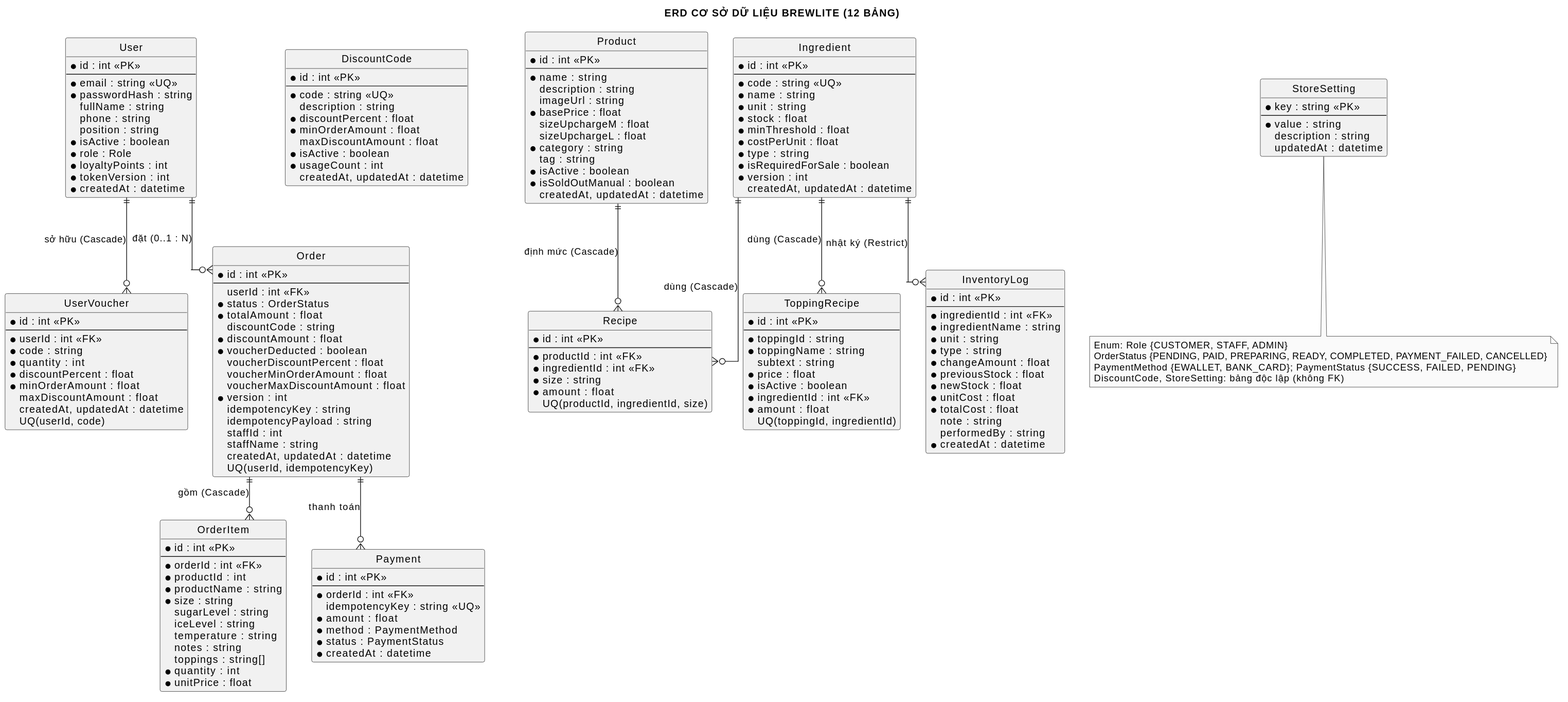
MaGiaVy/BrewLite_project keeps this PlantUML diagram as docs/diagrams/erd.svg. Above is the earlier version.
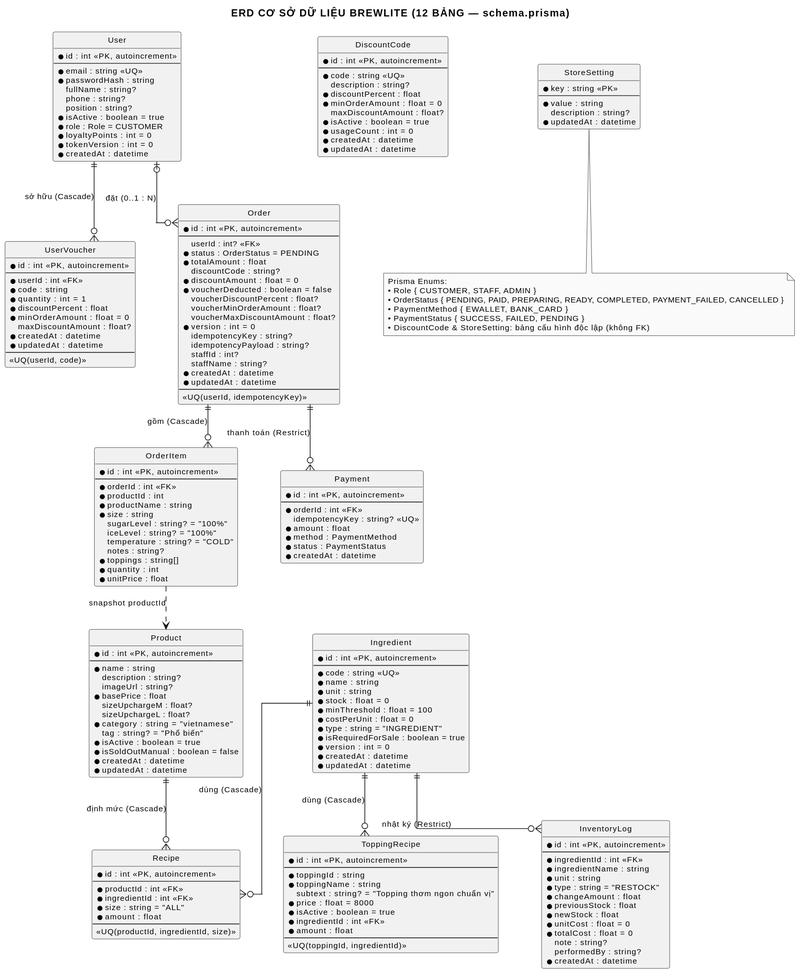
The same file after the commit.

The edit, as a diff of the source:
```diff
@@ -1,94 +1,104 @@
 @startuml
 skinparam monochrome true
 skinparam shadowing false
+skinparam backgroundColor #FFFFFF
 skinparam linetype ortho
-skinparam defaultFontName Arial
+skinparam defaultFontName "Arial"
+skinparam defaultFontSize 11
+skinparam nodesep 60
+skinparam ranksep 60
 hide circle
-title ERD CƠ SỞ DỮ LIỆU BREWLITE (12 BẢNG)
+
+title ERD CƠ SỞ DỮ LIỆU BREWLITE (12 BẢNG — schema.prisma)
 
 entity "User" as User {
-  * id : int <<PK>>
+  * id : int <<PK, autoincrement>>
   --
   * email : string <<UQ>>
   * passwordHash : string
-  fullName : string
-  phone : string
-  position : string
-  * isActive : boolean
-  * role : Role
-  * loyaltyPoints : int
-  * tokenVersion : int
+  fullName : string?
+  phone : string?
+  position : string?
+  * isActive : boolean = true
+  * role : Role = CUSTOMER
+  * loyaltyPoints : int = 0
+  * tokenVersion : int = 0
   * createdAt : datetime
 }
 
 entity "UserVoucher" as UserVoucher {
-  * id : int <<PK>>
+  * id : int <<PK, autoincrement>>
   --
   * userId : int <<FK>>
   * code : string
-  * quantity : int
+  * quantity : int = 1
   * discountPercent : float
-  * minOrderAmount : float
-  maxDiscountAmount : float
-  createdAt, updatedAt : datetime
-  UQ(userId, code)
+  * minOrderAmount : float = 0
+  maxDiscountAmount : float?
+  * createdAt : datetime
+  * updatedAt : datetime
+  --
+  <<UQ(userId, code)>>
 }
 
 entity "DiscountCode" as DiscountCode {
-  * id : int <<PK>>
+  * id : int <<PK, autoincrement>>
   --
   * code : string <<UQ>>
-  description : string
+  description : string?
   * discountPercent : float
-  * minOrderAmount : float
-  maxDiscountAmount : float
-  * isActive : boolean
-  * usageCount : int
-  createdAt, updatedAt : datetime
+  * minOrderAmount : float = 0
+  maxDiscountAmount : float?
+  * isActive : boolean = true
+  * usageCount : int = 0
+  * createdAt : datetime
+  * updatedAt : datetime
 }
 
 entity "Order" as Order {
-  * id : int <<PK>>
+  * id : int <<PK, autoincrement>>
   --
-  userId : int <<FK>>
-  * status : OrderStatus
+  userId : int? <<FK>>
+  * status : OrderStatus = PENDING
   * totalAmount : float
-  discountCode : string
-  * discountAmount : float
-  * voucherDeducted : boolean
-  voucherDiscountPercent : float
-  voucherMinOrderAmount : float
-  voucherMaxDiscountAmount : float
-  * version : int
-  idempotencyKey : string
-  idempotencyPayload : string
-  staffId : int
-  staffName : string
-  createdAt, updatedAt : datetime
-  UQ(userId, idempotencyKey)
+  discountCode : string?
+  * discountAmount : float = 0
+  * voucherDeducted : boolean = false
+  voucherDiscountPercent : float?
+  voucherMinOrderAmount : float?
+  voucherMaxDiscountAmount : float?
+  * version : int = 0
+  idempotencyKey : string?
+  idempotencyPayload : string?
+  staffId : int?
+  staffName : string?
+  * createdAt : datetime
+  * updatedAt : datetime
+  --
+  <<UQ(userId, idempotencyKey)>>
 }
 
 entity "OrderItem" as OrderItem {
-  * id : int <<PK>>
+  * id : int <<PK, autoincrement>>
   --
   * orderId : int <<FK>>
   * productId : int
   * productName : string
   * size : string
-  sugarLevel : string
-  iceLevel : string
-  temperature : string
-  notes : string
-  toppings : string[]
+  sugarLevel : string? = "100%"
+  iceLevel : string? = "100%"
+  temperature : string? = "COLD"
+  notes : string?
+  * toppings : string[]
   * quantity : int
   * unitPrice : float
 }
 
 entity "Payment" as Payment {
-  * id : int <<PK>>
+  * id : int <<PK, autoincrement>>
   --
   * orderId : int <<FK>>
-  idempotencyKey : string <<UQ>>
+  idempotencyKey : string? <<UQ>>
   * amount : float
   * method : PaymentMethod
   * status : PaymentStatus
@@ -96,73 +106,77 @@
 }
 
 entity "Product" as Product {
-  * id : int <<PK>>
+  * id : int <<PK, autoincrement>>
   --
   * name : string
-  description : string
-  imageUrl : string
+  description : string?
+  imageUrl : string?
   * basePrice : float
-  sizeUpchargeM : float
-  sizeUpchargeL : float
-  * category : string
-  tag : string
-  * isActive : boolean
-  * isSoldOutManual : boolean
-  createdAt, updatedAt : datetime
+  sizeUpchargeM : float?
+  sizeUpchargeL : float?
+  * category : string = "vietnamese"
+  tag : string? = "Phổ biến"
+  * isActive : boolean = true
+  * isSoldOutManual : boolean = false
+  * createdAt : datetime
+  * updatedAt : datetime
 }
 
 entity "Ingredient" as Ingredient {
-  * id : int <<PK>>
+  * id : int <<PK, autoincrement>>
   --
   * code : string <<UQ>>
   * name : string
   * unit : string
-  * stock : float
-  * minThreshold : float
-  * costPerUnit : float
-  * type : string
-  * isRequiredForSale : boolean
-  * version : int
-  createdAt, updatedAt : datetime
+  * stock : float = 0
+  * minThreshold : float = 100
+  * costPerUnit : float = 0
+  * type : string = "INGREDIENT"
+  * isRequiredForSale : boolean = true
+  * version : int = 0
+  * createdAt : datetime
+  * updatedAt : datetime
 }
 
 entity "Recipe" as Recipe {
-  * id : int <<PK>>
+  * id : int <<PK, autoincrement>>
   --
   * productId : int <<FK>>
   * ingredientId : int <<FK>>
-  * size : string
+  * size : string = "ALL"
   * amount : float
-  UQ(productId, ingredientId, size)
+  --
+  <<UQ(productId, ingredientId, size)>>
 }
 
 entity "ToppingRecipe" as ToppingRecipe {
-  * id : int <<PK>>
+  * id : int <<PK, autoincrement>>
   --
   * toppingId : string
   * toppingName : string
-  subtext : string
-  * price : float
-  * isActive : boolean
+  subtext : string? = "Topping thơm ngon chuẩn vị"
+  * price : float = 8000
+  * isActive : boolean = true
   * ingredientId : int <<FK>>
   * amount : float
-  UQ(toppingId, ingredientId)
+  --
+  <<UQ(toppingId, ingredientId)>>
 }
 
 entity "InventoryLog" as InventoryLog {
-  * id : int <<PK>>
+  * id : int <<PK, autoincrement>>
   --
   * ingredientId : int <<FK>>
   * ingredientName : string
   * unit : string
-  * type : string
+  * type : string = "RESTOCK"
   * changeAmount : float
   * previousStock : float
   * newStock : float
-  * unitCost : float
-  * totalCost : float
-  note : string
-  performedBy : string
+  * unitCost : float = 0
+  * totalCost : float = 0
+  note : string?
+  performedBy : string?
   * createdAt : datetime
 }
 
@@ -170,23 +184,26 @@
   * key : string <<PK>>
   --
   * value : string
-  description : string
-  updatedAt : datetime
+  description : string?
+  * updatedAt : datetime
 }
 
-User ||--o{ Order : "đặt (0..1 : N)"
+User |o--o{ Order : "đặt (0..1 : N)"
 User ||--o{ UserVoucher : "sở hữu (Cascade)"
 Order ||--o{ OrderItem : "gồm (Cascade)"
-Order ||--o{ Payment : "thanh toán"
+Order ||--o{ Payment : "thanh toán (Restrict)"
 Product ||--o{ Recipe : "định mức (Cascade)"
 Ingredient ||--o{ Recipe : "dùng (Cascade)"
 Ingredient ||--o{ ToppingRecipe : "dùng (Cascade)"
 Ingredient ||--o{ InventoryLog : "nhật ký (Restrict)"
+OrderItem ..> Product : "snapshot productId"
 
 note bottom of StoreSetting
-  Enum: Role {CUSTOMER, STAFF, ADMIN}
-  OrderStatus {PENDING, PAID, PREPARING, READY, COMPLETED, PAYMENT_FAILED, CANCELLED}
-  PaymentMethod {EWALLET, BANK_CARD}; PaymentStatus {SUCCESS, FAILED, PENDING}
-  DiscountCode, StoreSetting: bảng độc lập (không FK)
+  Prisma Enums:
+  • Role { CUSTOMER, STAFF, ADMIN }
+  • OrderStatus { PENDING, PAID, PREPARING, READY, COMPLETED, PAYMENT_FAILED, CANCELLED }
+  • PaymentMethod { EWALLET, BANK_CARD }
+  • PaymentStatus { SUCCESS, FAILED, PENDING }
+  • DiscountCode & StoreSetting: bảng cấu hình độc lập (không FK)
 end note
 @enduml
```
